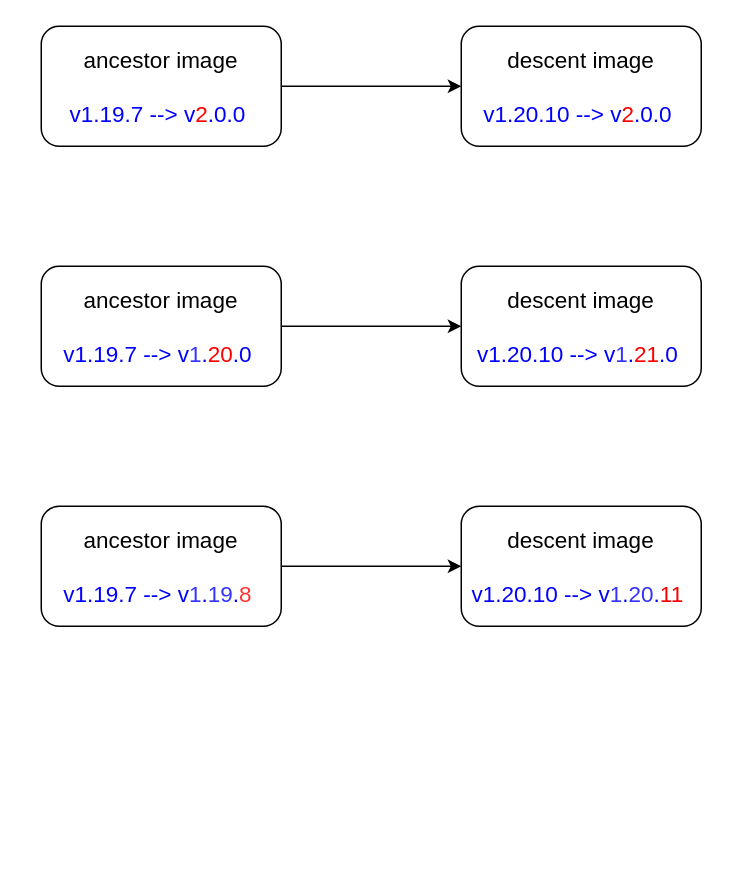
Before: packon-version-update.drawio in YanshanSong/draw.io, a draw.io diagram. Source tidied: cells renumbered, new cells numbered last; positions are measured from the earlier drawing's top-left corner, leaving out a move shared by most shapes. Both pictures are drawn from the tidied source at 150%, with x=0, y=0 at pixel (40, 26).
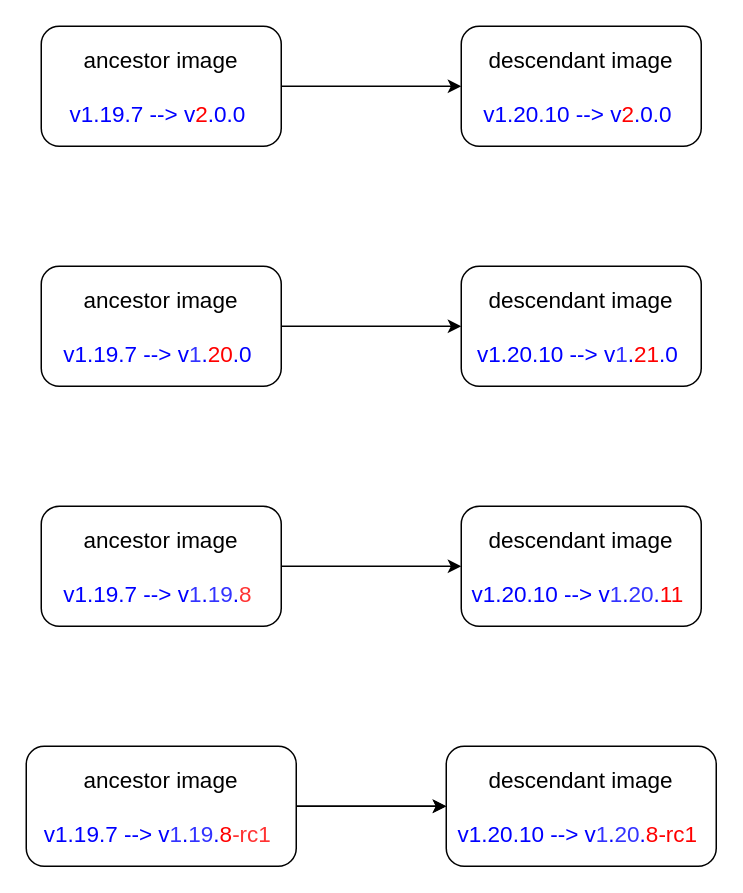
Above is the later version.

Change to the diagram source:
```diff
@@
 <mxGraphModel>
   <root>
     <mxCell id="0" />
     <mxCell id="1" parent="0" />
     <mxCell id="2" style="group;" parent="1" vertex="1">
       <mxGeometry width="440" height="80" as="geometry" />
     </mxCell>
     <mxCell id="3" value="&lt;font style=&quot;font-size: 15px;&quot;&gt;ancestor image&lt;br&gt;&lt;br&gt;&lt;font color=&quot;#0000ff&quot;&gt;v1.19.7 --&amp;gt; v&lt;/font&gt;&lt;font color=&quot;#ff0000&quot;&gt;2&lt;/font&gt;&lt;font color=&quot;#0000ff&quot;&gt;.0.0&lt;/font&gt;&amp;nbsp;&lt;br&gt;&lt;/font&gt;" style="rounded=1;whiteSpace=wrap;html=1;" parent="2" vertex="1">
       <mxGeometry width="160" height="80" as="geometry" />
     </mxCell>
-    <mxCell id="4" value="&lt;font style=&quot;font-size: 15px;&quot;&gt;descent image&lt;br&gt;&lt;br&gt;&lt;font color=&quot;#0000ff&quot;&gt;v1.20.10 --&amp;gt; v&lt;/font&gt;&lt;font color=&quot;#ff0000&quot;&gt;2&lt;/font&gt;&lt;font color=&quot;#0000ff&quot;&gt;.0.0&lt;/font&gt;&amp;nbsp;&lt;br&gt;&lt;/font&gt;" style="rounded=1;whiteSpace=wrap;html=1;" parent="2" vertex="1">
+    <mxCell id="4" value="&lt;font style=&quot;font-size: 15px;&quot;&gt;descendant image&lt;br&gt;&lt;br&gt;&lt;font color=&quot;#0000ff&quot;&gt;v1.20.10 --&amp;gt; v&lt;/font&gt;&lt;font color=&quot;#ff0000&quot;&gt;2&lt;/font&gt;&lt;font color=&quot;#0000ff&quot;&gt;.0.0&lt;/font&gt;&amp;nbsp;&lt;br&gt;&lt;/font&gt;" style="rounded=1;whiteSpace=wrap;html=1;" parent="2" vertex="1">
       <mxGeometry x="280" width="160" height="80" as="geometry" />
     </mxCell>
     <mxCell id="5" style="endArrow=classic;html=1;rounded=0;exitX=1;exitY=0.5;exitDx=0;exitDy=0;entryX=0;entryY=0.5;entryDx=0;entryDy=0;" parent="2" edge="1" source="3" target="4">
       <mxGeometry relative="1" as="geometry" />
     </mxCell>
     <mxCell id="6" style="group;" parent="1" vertex="1">
       <mxGeometry y="320" width="440" height="80" as="geometry" />
     </mxCell>
     <mxCell id="7" value="&lt;font style=&quot;font-size: 15px;&quot;&gt;ancestor image&lt;br&gt;&lt;br&gt;&lt;font color=&quot;#0000ff&quot;&gt;v1.19.7 --&amp;gt; v&lt;/font&gt;&lt;font color=&quot;#3333ff&quot;&gt;1&lt;/font&gt;&lt;font color=&quot;#0000ff&quot;&gt;.&lt;/font&gt;&lt;font color=&quot;#3333ff&quot;&gt;19&lt;/font&gt;&lt;font color=&quot;#0000ff&quot;&gt;.&lt;/font&gt;&lt;font color=&quot;#ff3333&quot;&gt;8&lt;/font&gt;&amp;nbsp;&lt;br&gt;&lt;/font&gt;" style="rounded=1;whiteSpace=wrap;html=1;" parent="6" vertex="1">
       <mxGeometry width="160" height="80" as="geometry" />
     </mxCell>
-    <mxCell id="8" value="&lt;font style=&quot;font-size: 15px;&quot;&gt;descent image&lt;br&gt;&lt;br&gt;&lt;font color=&quot;#0000ff&quot;&gt;v1.20.10 --&amp;gt; v&lt;/font&gt;&lt;font color=&quot;#3333ff&quot;&gt;1&lt;/font&gt;&lt;font color=&quot;#0000ff&quot;&gt;.&lt;/font&gt;&lt;font color=&quot;#3333ff&quot;&gt;20&lt;/font&gt;&lt;font color=&quot;#0000ff&quot;&gt;.&lt;/font&gt;&lt;font color=&quot;#ff0000&quot;&gt;11&lt;/font&gt;&amp;nbsp;&lt;br&gt;&lt;/font&gt;" style="rounded=1;whiteSpace=wrap;html=1;" parent="6" vertex="1">
+    <mxCell id="8" value="&lt;font style=&quot;font-size: 15px;&quot;&gt;descendant image&lt;br&gt;&lt;br&gt;&lt;font color=&quot;#0000ff&quot;&gt;v1.20.10 --&amp;gt; v&lt;/font&gt;&lt;font color=&quot;#3333ff&quot;&gt;1&lt;/font&gt;&lt;font color=&quot;#0000ff&quot;&gt;.&lt;/font&gt;&lt;font color=&quot;#3333ff&quot;&gt;20&lt;/font&gt;&lt;font color=&quot;#0000ff&quot;&gt;.&lt;/font&gt;&lt;font color=&quot;#ff0000&quot;&gt;11&lt;/font&gt;&amp;nbsp;&lt;br&gt;&lt;/font&gt;" style="rounded=1;whiteSpace=wrap;html=1;" parent="6" vertex="1">
       <mxGeometry x="280" width="160" height="80" as="geometry" />
     </mxCell>
     <mxCell id="9" style="endArrow=classic;html=1;rounded=0;exitX=1;exitY=0.5;exitDx=0;exitDy=0;entryX=0;entryY=0.5;entryDx=0;entryDy=0;" parent="6" edge="1" source="7" target="8">
       <mxGeometry relative="1" as="geometry" />
     </mxCell>
     <mxCell id="10" style="group;" parent="1" vertex="1">
       <mxGeometry y="160" width="440" height="80" as="geometry" />
     </mxCell>
     <mxCell id="11" value="&lt;font style=&quot;font-size: 15px;&quot;&gt;ancestor image&lt;br&gt;&lt;br&gt;&lt;font color=&quot;#0000ff&quot;&gt;v1.19.7 --&amp;gt; v&lt;/font&gt;&lt;font color=&quot;#3333ff&quot;&gt;1&lt;/font&gt;&lt;font color=&quot;#0000ff&quot;&gt;.&lt;/font&gt;&lt;font color=&quot;#ff0000&quot;&gt;20&lt;/font&gt;&lt;font color=&quot;#0000ff&quot;&gt;.0&lt;/font&gt;&amp;nbsp;&lt;br&gt;&lt;/font&gt;" style="rounded=1;whiteSpace=wrap;html=1;" parent="10" vertex="1">
       <mxGeometry width="160" height="80" as="geometry" />
     </mxCell>
-    <mxCell id="12" value="&lt;font style=&quot;font-size: 15px;&quot;&gt;descent image&lt;br&gt;&lt;br&gt;&lt;font color=&quot;#0000ff&quot;&gt;v1.20.10 --&amp;gt; v&lt;/font&gt;&lt;font color=&quot;#3333ff&quot;&gt;1&lt;/font&gt;&lt;font color=&quot;#0000ff&quot;&gt;.&lt;/font&gt;&lt;font color=&quot;#ff0000&quot;&gt;21&lt;/font&gt;&lt;font color=&quot;#0000ff&quot;&gt;.0&lt;/font&gt;&amp;nbsp;&lt;br&gt;&lt;/font&gt;" style="rounded=1;whiteSpace=wrap;html=1;" parent="10" vertex="1">
+    <mxCell id="12" value="&lt;font style=&quot;font-size: 15px;&quot;&gt;descendant image&lt;br&gt;&lt;br&gt;&lt;font color=&quot;#0000ff&quot;&gt;v1.20.10 --&amp;gt; v&lt;/font&gt;&lt;font color=&quot;#3333ff&quot;&gt;1&lt;/font&gt;&lt;font color=&quot;#0000ff&quot;&gt;.&lt;/font&gt;&lt;font color=&quot;#ff0000&quot;&gt;21&lt;/font&gt;&lt;font color=&quot;#0000ff&quot;&gt;.0&lt;/font&gt;&amp;nbsp;&lt;br&gt;&lt;/font&gt;" style="rounded=1;whiteSpace=wrap;html=1;" parent="10" vertex="1">
       <mxGeometry x="280" width="160" height="80" as="geometry" />
     </mxCell>
     <mxCell id="13" style="endArrow=classic;html=1;rounded=0;exitX=1;exitY=0.5;exitDx=0;exitDy=0;entryX=0;entryY=0.5;entryDx=0;entryDy=0;" parent="10" edge="1" source="11" target="12">
       <mxGeometry relative="1" as="geometry" />
     </mxCell>
+    <mxCell id="14" style="group;" parent="1" vertex="1">
+      <mxGeometry x="-10" y="480" width="460" height="80" as="geometry" />
+    </mxCell>
+    <mxCell id="15" value="&lt;font style=&quot;font-size: 15px;&quot;&gt;ancestor image&lt;br&gt;&lt;br&gt;&lt;font color=&quot;#0000ff&quot;&gt;v1.19.7 --&amp;gt; v&lt;/font&gt;&lt;font color=&quot;#3333ff&quot;&gt;1&lt;/font&gt;&lt;font color=&quot;#0000ff&quot;&gt;.&lt;/font&gt;&lt;font color=&quot;#3333ff&quot;&gt;19&lt;/font&gt;&lt;font color=&quot;#0000ff&quot;&gt;.&lt;/font&gt;&lt;font color=&quot;#ff0000&quot;&gt;8&lt;/font&gt;&lt;font color=&quot;#ff3333&quot;&gt;-rc1&lt;/font&gt;&amp;nbsp;&lt;br&gt;&lt;/font&gt;" style="rounded=1;whiteSpace=wrap;html=1;" parent="14" vertex="1">
+      <mxGeometry width="180" height="80" as="geometry" />
+    </mxCell>
+    <mxCell id="16" value="&lt;font style=&quot;font-size: 15px;&quot;&gt;descendant image&lt;br&gt;&lt;br&gt;&lt;font color=&quot;#0000ff&quot;&gt;v1.20.10 --&amp;gt; v&lt;/font&gt;&lt;font color=&quot;#3333ff&quot;&gt;1&lt;/font&gt;&lt;font color=&quot;#0000ff&quot;&gt;.&lt;/font&gt;&lt;font color=&quot;#3333ff&quot;&gt;20&lt;/font&gt;&lt;font color=&quot;#0000ff&quot;&gt;.&lt;/font&gt;&lt;font color=&quot;#ff0000&quot;&gt;8-rc1&lt;/font&gt;&amp;nbsp;&lt;br&gt;&lt;/font&gt;" style="rounded=1;whiteSpace=wrap;html=1;" parent="14" vertex="1">
+      <mxGeometry x="280" width="180" height="80" as="geometry" />
+    </mxCell>
+    <mxCell id="17" style="endArrow=classic;html=1;rounded=0;exitX=1;exitY=0.5;exitDx=0;exitDy=0;entryX=0;entryY=0.5;entryDx=0;entryDy=0;" parent="14" edge="1" source="15" target="16">
+      <mxGeometry relative="1" as="geometry" />
+    </mxCell>
+    <mxCell id="18" style="edgeStyle=orthogonalEdgeStyle;rounded=0;jettySize=auto;html=1;" parent="14" edge="1" source="15" target="16">
+      <mxGeometry relative="1" as="geometry" />
+    </mxCell>
   </root>
 </mxGraphModel>
```
